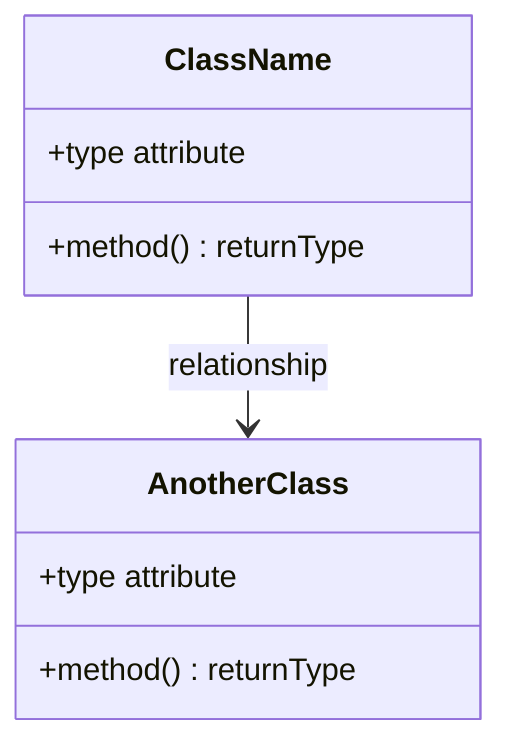
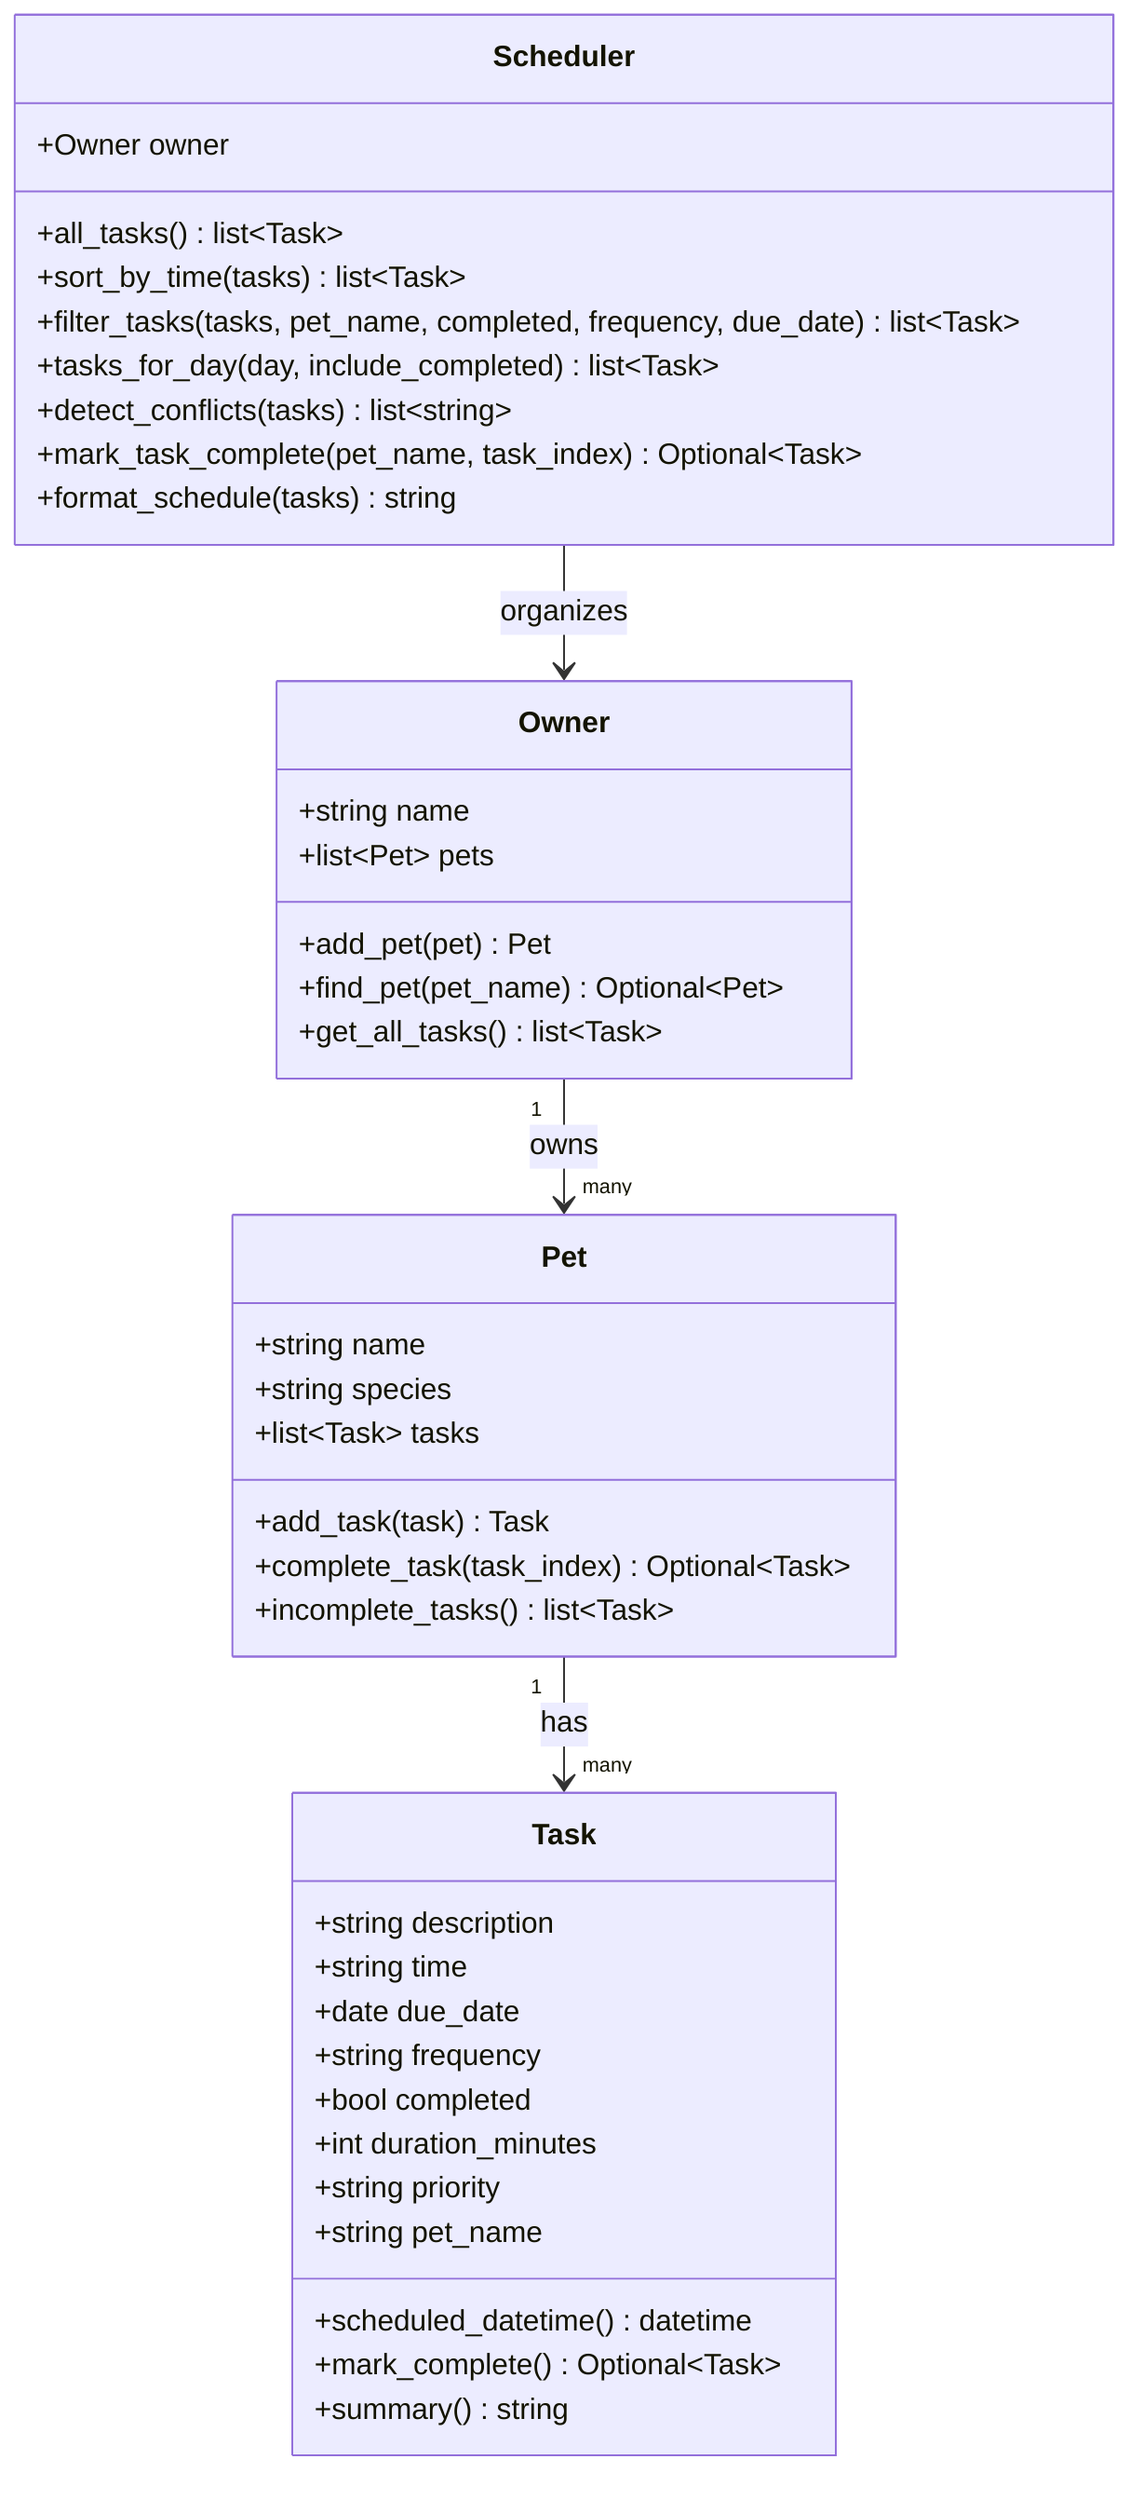
classDiagram
-     %% Replace the placeholders below with your actual classes, attributes, methods, and relationships.
-     %% Keep this file updated so it matches your final implementation.
- 
-     class ClassName {
-         +type attribute
-         +method() returnType
+     class Task {
+         +string description
+         +string time
+         +date due_date
+         +string frequency
+         +bool completed
+         +int duration_minutes
+         +string priority
+         +string pet_name
+         +scheduled_datetime() datetime
+         +mark_complete() Optional~Task~
+         +summary() string
    }

-     class AnotherClass {
-         +type attribute
-         +method() returnType
+     class Pet {
+         +string name
+         +string species
+         +list~Task~ tasks
+         +add_task(task) Task
+         +complete_task(task_index) Optional~Task~
+         +incomplete_tasks() list~Task~
    }

-     ClassName --> AnotherClass : relationship
+     class Owner {
+         +string name
+         +list~Pet~ pets
+         +add_pet(pet) Pet
+         +find_pet(pet_name) Optional~Pet~
+         +get_all_tasks() list~Task~
+     }
+ 
+     class Scheduler {
+         +Owner owner
+         +all_tasks() list~Task~
+         +sort_by_time(tasks) list~Task~
+         +filter_tasks(tasks, pet_name, completed, frequency, due_date) list~Task~
+         +tasks_for_day(day, include_completed) list~Task~
+         +detect_conflicts(tasks) list~string~
+         +mark_task_complete(pet_name, task_index) Optional~Task~
+         +format_schedule(tasks) string
+     }
+ 
+     Owner "1" --> "many" Pet : owns
+     Pet "1" --> "many" Task : has
+     Scheduler --> Owner : organizes
